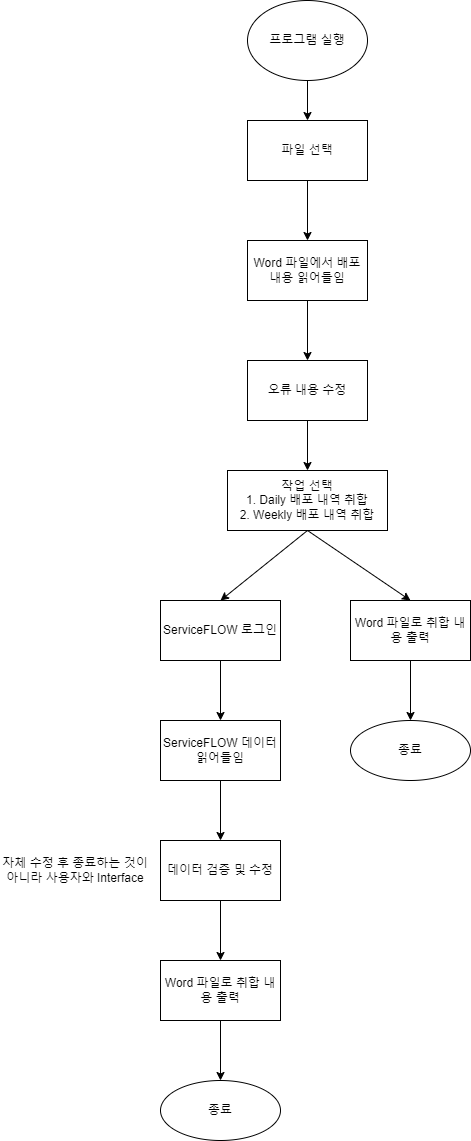
Above: resources/user_flow.png in yoon-chaejin/release-plan-doc-bot (draw.io), before the change. Source tidied: cells renumbered, new cells last; positions are measured from the earlier drawing's top-left corner, leaving out a move shared by most shapes. Its diagram source:
```xml
<mxGraphModel>
  <root>
    <mxCell id="0" />
    <mxCell id="1" parent="0" />
    <mxCell id="2" value="프로그램 실행" style="ellipse;whiteSpace=wrap;html=1;" parent="1" vertex="1">
      <mxGeometry x="247" width="120" height="80" as="geometry" />
    </mxCell>
    <mxCell id="3" value="작업 선택&lt;br&gt;1.&amp;nbsp;Daily 배포 내역 취합&lt;br&gt;2. Weekly 배포 내역 취합" style="rounded=0;whiteSpace=wrap;html=1;" parent="1" vertex="1">
      <mxGeometry x="227" y="470" width="160" height="60" as="geometry" />
    </mxCell>
    <mxCell id="4" style="endArrow=classic;html=1;rounded=0;exitX=0.5;exitY=1;exitDx=0;exitDy=0;entryX=0.5;entryY=0;entryDx=0;entryDy=0;" parent="1" edge="1" source="2" target="7">
      <mxGeometry relative="1" as="geometry" />
    </mxCell>
    <mxCell id="5" style="endArrow=classic;html=1;rounded=0;exitX=0.5;exitY=1;exitDx=0;exitDy=0;entryX=0.5;entryY=0;entryDx=0;entryDy=0;" parent="1" edge="1" source="3" target="11">
      <mxGeometry relative="1" as="geometry" />
    </mxCell>
    <mxCell id="6" style="endArrow=classic;html=1;rounded=0;exitX=0.5;exitY=1;exitDx=0;exitDy=0;entryX=0.5;entryY=0;entryDx=0;entryDy=0;" parent="1" edge="1" source="3" target="9">
      <mxGeometry relative="1" as="geometry" />
    </mxCell>
    <mxCell id="7" value="파일 선택" style="rounded=0;whiteSpace=wrap;html=1;" parent="1" vertex="1">
      <mxGeometry x="247" y="120" width="120" height="60" as="geometry" />
    </mxCell>
    <mxCell id="8" style="edgeStyle=orthogonalEdgeStyle;rounded=0;jettySize=auto;html=1;" parent="1" edge="1" source="9" target="23">
      <mxGeometry relative="1" as="geometry" />
    </mxCell>
    <mxCell id="9" value="Word 파일로 취합 내용 출력" style="rounded=0;whiteSpace=wrap;html=1;" parent="1" vertex="1">
      <mxGeometry x="350" y="600" width="120" height="60" as="geometry" />
    </mxCell>
    <mxCell id="10" value="Word 파일에서 배포 내용 읽어들임" style="rounded=0;whiteSpace=wrap;html=1;" parent="1" vertex="1">
      <mxGeometry x="247" y="240" width="120" height="60" as="geometry" />
    </mxCell>
    <mxCell id="11" value="ServiceFLOW 로그인" style="rounded=0;whiteSpace=wrap;html=1;" parent="1" vertex="1">
      <mxGeometry x="160" y="600" width="120" height="60" as="geometry" />
    </mxCell>
    <mxCell id="12" value="ServiceFLOW 데이터 읽어들임" style="rounded=0;whiteSpace=wrap;html=1;" parent="1" vertex="1">
      <mxGeometry x="160" y="720" width="120" height="60" as="geometry" />
    </mxCell>
    <mxCell id="13" value="데이터 검증 및 수정" style="rounded=0;whiteSpace=wrap;html=1;" parent="1" vertex="1">
      <mxGeometry x="160" y="840" width="120" height="60" as="geometry" />
    </mxCell>
    <mxCell id="14" style="edgeStyle=orthogonalEdgeStyle;rounded=0;jettySize=auto;html=1;" parent="1" edge="1" source="15" target="22">
      <mxGeometry relative="1" as="geometry" />
    </mxCell>
    <mxCell id="15" value="Word 파일로 취합 내용 출력" style="rounded=0;whiteSpace=wrap;html=1;" parent="1" vertex="1">
      <mxGeometry x="160" y="960" width="120" height="60" as="geometry" />
    </mxCell>
    <mxCell id="16" value="자체 수정 후 종료하는 것이 아니라 사용자와 Interface" style="text;html=1;strokeColor=none;fillColor=none;align=center;verticalAlign=middle;whiteSpace=wrap;rounded=0;" parent="1" vertex="1">
      <mxGeometry y="855" width="150" height="30" as="geometry" />
    </mxCell>
    <mxCell id="17" style="endArrow=classic;html=1;rounded=0;entryX=0.5;entryY=0;entryDx=0;entryDy=0;exitX=0.5;exitY=1;exitDx=0;exitDy=0;" parent="1" edge="1" source="7" target="10">
      <mxGeometry relative="1" as="geometry" />
    </mxCell>
    <mxCell id="18" style="endArrow=classic;html=1;rounded=0;entryX=0.5;entryY=0;entryDx=0;entryDy=0;exitX=0.5;exitY=1;exitDx=0;exitDy=0;" parent="1" edge="1" source="10" target="25">
      <mxGeometry relative="1" as="geometry" />
    </mxCell>
    <mxCell id="19" style="endArrow=classic;html=1;rounded=0;exitX=0.5;exitY=1;exitDx=0;exitDy=0;entryX=0.5;entryY=0;entryDx=0;entryDy=0;" parent="1" edge="1" source="11" target="12">
      <mxGeometry relative="1" as="geometry" />
    </mxCell>
    <mxCell id="20" style="endArrow=classic;html=1;rounded=0;exitX=0.5;exitY=1;exitDx=0;exitDy=0;entryX=0.5;entryY=0;entryDx=0;entryDy=0;" parent="1" edge="1" source="12" target="13">
      <mxGeometry relative="1" as="geometry" />
    </mxCell>
    <mxCell id="21" style="endArrow=classic;html=1;rounded=0;entryX=0.5;entryY=0;entryDx=0;entryDy=0;exitX=0.5;exitY=1;exitDx=0;exitDy=0;" parent="1" edge="1" source="13" target="15">
      <mxGeometry relative="1" as="geometry" />
    </mxCell>
    <mxCell id="22" value="종료" style="ellipse;whiteSpace=wrap;html=1;rounded=0;" parent="1" vertex="1">
      <mxGeometry x="160" y="1080" width="120" height="60" as="geometry" />
    </mxCell>
    <mxCell id="23" value="종료" style="ellipse;whiteSpace=wrap;html=1;rounded=0;" parent="1" vertex="1">
      <mxGeometry x="350" y="720" width="120" height="60" as="geometry" />
    </mxCell>
    <mxCell id="24" style="edgeStyle=orthogonalEdgeStyle;rounded=0;jettySize=auto;html=1;entryX=0.5;entryY=0;entryDx=0;entryDy=0;" parent="1" edge="1" source="25" target="3">
      <mxGeometry relative="1" as="geometry" />
    </mxCell>
    <mxCell id="25" value="오류 내용 수정" style="rounded=0;whiteSpace=wrap;html=1;" parent="1" vertex="1">
      <mxGeometry x="247" y="360" width="120" height="60" as="geometry" />
    </mxCell>
  </root>
</mxGraphModel>
```
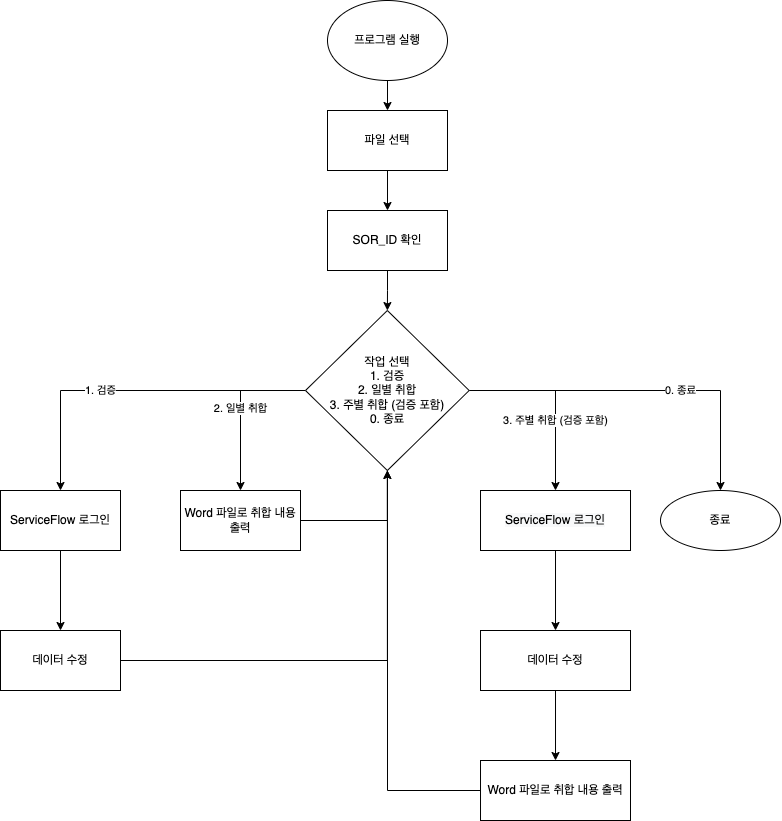
Later version of the same file.

Commit message:
📝 Update User Flow #9

Change to the diagram source:
```diff
@@ -5,74 +5,80 @@
     <mxCell id="2" value="프로그램 실행" style="ellipse;whiteSpace=wrap;html=1;" parent="1" vertex="1">
       <mxGeometry x="247" width="120" height="80" as="geometry" />
     </mxCell>
-    <mxCell id="3" value="작업 선택&lt;br&gt;1.&amp;nbsp;Daily 배포 내역 취합&lt;br&gt;2. Weekly 배포 내역 취합" style="rounded=0;whiteSpace=wrap;html=1;" parent="1" vertex="1">
-      <mxGeometry x="227" y="470" width="160" height="60" as="geometry" />
-    </mxCell>
     <mxCell id="4" style="endArrow=classic;html=1;rounded=0;exitX=0.5;exitY=1;exitDx=0;exitDy=0;entryX=0.5;entryY=0;entryDx=0;entryDy=0;" parent="1" edge="1" source="2" target="7">
       <mxGeometry relative="1" as="geometry" />
     </mxCell>
-    <mxCell id="5" style="endArrow=classic;html=1;rounded=0;exitX=0.5;exitY=1;exitDx=0;exitDy=0;entryX=0.5;entryY=0;entryDx=0;entryDy=0;" parent="1" edge="1" source="3" target="11">
-      <mxGeometry relative="1" as="geometry" />
-    </mxCell>
-    <mxCell id="6" style="endArrow=classic;html=1;rounded=0;exitX=0.5;exitY=1;exitDx=0;exitDy=0;entryX=0.5;entryY=0;entryDx=0;entryDy=0;" parent="1" edge="1" source="3" target="9">
-      <mxGeometry relative="1" as="geometry" />
-    </mxCell>
     <mxCell id="7" value="파일 선택" style="rounded=0;whiteSpace=wrap;html=1;" parent="1" vertex="1">
-      <mxGeometry x="247" y="120" width="120" height="60" as="geometry" />
+      <mxGeometry x="247" y="110" width="120" height="60" as="geometry" />
     </mxCell>
-    <mxCell id="8" style="edgeStyle=orthogonalEdgeStyle;rounded=0;jettySize=auto;html=1;" parent="1" edge="1" source="9" target="23">
-      <mxGeometry relative="1" as="geometry" />
-    </mxCell>
-    <mxCell id="9" value="Word 파일로 취합 내용 출력" style="rounded=0;whiteSpace=wrap;html=1;" parent="1" vertex="1">
-      <mxGeometry x="350" y="600" width="120" height="60" as="geometry" />
-    </mxCell>
-    <mxCell id="10" value="Word 파일에서 배포 내용 읽어들임" style="rounded=0;whiteSpace=wrap;html=1;" parent="1" vertex="1">
-      <mxGeometry x="247" y="240" width="120" height="60" as="geometry" />
-    </mxCell>
-    <mxCell id="11" value="ServiceFLOW 로그인" style="rounded=0;whiteSpace=wrap;html=1;" parent="1" vertex="1">
-      <mxGeometry x="160" y="600" width="120" height="60" as="geometry" />
-    </mxCell>
-    <mxCell id="12" value="ServiceFLOW 데이터 읽어들임" style="rounded=0;whiteSpace=wrap;html=1;" parent="1" vertex="1">
-      <mxGeometry x="160" y="720" width="120" height="60" as="geometry" />
-    </mxCell>
-    <mxCell id="13" value="데이터 검증 및 수정" style="rounded=0;whiteSpace=wrap;html=1;" parent="1" vertex="1">
-      <mxGeometry x="160" y="840" width="120" height="60" as="geometry" />
-    </mxCell>
-    <mxCell id="14" style="edgeStyle=orthogonalEdgeStyle;rounded=0;jettySize=auto;html=1;" parent="1" edge="1" source="15" target="22">
-      <mxGeometry relative="1" as="geometry" />
+    <mxCell id="14" style="edgeStyle=orthogonalEdgeStyle;rounded=0;jettySize=auto;html=1;" parent="1" edge="1" source="15">
+      <mxGeometry relative="1" as="geometry">
+        <mxPoint x="307" y="450" as="targetPoint" />
+      </mxGeometry>
     </mxCell>
     <mxCell id="15" value="Word 파일로 취합 내용 출력" style="rounded=0;whiteSpace=wrap;html=1;" parent="1" vertex="1">
-      <mxGeometry x="160" y="960" width="120" height="60" as="geometry" />
+      <mxGeometry x="400" y="760" width="150" height="60" as="geometry" />
     </mxCell>
-    <mxCell id="16" value="자체 수정 후 종료하는 것이 아니라 사용자와 Interface" style="text;html=1;strokeColor=none;fillColor=none;align=center;verticalAlign=middle;whiteSpace=wrap;rounded=0;" parent="1" vertex="1">
-      <mxGeometry y="855" width="150" height="30" as="geometry" />
-    </mxCell>
-    <mxCell id="17" style="endArrow=classic;html=1;rounded=0;entryX=0.5;entryY=0;entryDx=0;entryDy=0;exitX=0.5;exitY=1;exitDx=0;exitDy=0;" parent="1" edge="1" source="7" target="10">
+    <mxCell id="17" style="endArrow=classic;html=1;rounded=0;exitX=0.5;exitY=1;exitDx=0;exitDy=0;" parent="1" edge="1" source="7" target="25">
       <mxGeometry relative="1" as="geometry" />
     </mxCell>
-    <mxCell id="18" style="endArrow=classic;html=1;rounded=0;entryX=0.5;entryY=0;entryDx=0;entryDy=0;exitX=0.5;exitY=1;exitDx=0;exitDy=0;" parent="1" edge="1" source="10" target="25">
-      <mxGeometry relative="1" as="geometry" />
-    </mxCell>
-    <mxCell id="19" style="endArrow=classic;html=1;rounded=0;exitX=0.5;exitY=1;exitDx=0;exitDy=0;entryX=0.5;entryY=0;entryDx=0;entryDy=0;" parent="1" edge="1" source="11" target="12">
-      <mxGeometry relative="1" as="geometry" />
-    </mxCell>
-    <mxCell id="20" style="endArrow=classic;html=1;rounded=0;exitX=0.5;exitY=1;exitDx=0;exitDy=0;entryX=0.5;entryY=0;entryDx=0;entryDy=0;" parent="1" edge="1" source="12" target="13">
-      <mxGeometry relative="1" as="geometry" />
-    </mxCell>
-    <mxCell id="21" style="endArrow=classic;html=1;rounded=0;entryX=0.5;entryY=0;entryDx=0;entryDy=0;exitX=0.5;exitY=1;exitDx=0;exitDy=0;" parent="1" edge="1" source="13" target="15">
-      <mxGeometry relative="1" as="geometry" />
-    </mxCell>
-    <mxCell id="22" value="종료" style="ellipse;whiteSpace=wrap;html=1;rounded=0;" parent="1" vertex="1">
-      <mxGeometry x="160" y="1080" width="120" height="60" as="geometry" />
-    </mxCell>
-    <mxCell id="23" value="종료" style="ellipse;whiteSpace=wrap;html=1;rounded=0;" parent="1" vertex="1">
-      <mxGeometry x="350" y="720" width="120" height="60" as="geometry" />
-    </mxCell>
-    <mxCell id="24" style="edgeStyle=orthogonalEdgeStyle;rounded=0;jettySize=auto;html=1;entryX=0.5;entryY=0;entryDx=0;entryDy=0;" parent="1" edge="1" source="25" target="3">
+    <mxCell id="24" style="edgeStyle=orthogonalEdgeStyle;rounded=0;jettySize=auto;html=1;" parent="1" edge="1" source="25" target="30">
       <mxGeometry relative="1" as="geometry" />
     </mxCell>
-    <mxCell id="25" value="오류 내용 수정" style="rounded=0;whiteSpace=wrap;html=1;" parent="1" vertex="1">
-      <mxGeometry x="247" y="360" width="120" height="60" as="geometry" />
+    <mxCell id="25" value="SOR_ID 확인" style="rounded=0;whiteSpace=wrap;html=1;" parent="1" vertex="1">
+      <mxGeometry x="247" y="210" width="120" height="60" as="geometry" />
     </mxCell>
+    <mxCell id="26" value="1. 검증" style="edgeStyle=orthogonalEdgeStyle;rounded=0;jettySize=auto;html=1;entryX=0.5;entryY=0;entryDx=0;entryDy=0;" parent="1" edge="1" source="30" target="32">
+      <mxGeometry x="0.19" relative="1" as="geometry" />
+    </mxCell>
+    <mxCell id="27" value="3. 주별 취합 (검증 포함)" style="edgeStyle=orthogonalEdgeStyle;rounded=0;jettySize=auto;html=1;" parent="1" edge="1" source="30" target="34">
+      <mxGeometry x="0.25" relative="1" as="geometry">
+        <Array as="points">
+          <mxPoint x="475" y="390" />
+        </Array>
+      </mxGeometry>
+    </mxCell>
+    <mxCell id="28" value="2. 일별 취합" style="edgeStyle=orthogonalEdgeStyle;rounded=0;jettySize=auto;html=1;" parent="1" edge="1" source="30" target="9">
+      <mxGeometry relative="1" as="geometry" />
+    </mxCell>
+    <mxCell id="29" value="0. 종료" style="edgeStyle=orthogonalEdgeStyle;rounded=0;jettySize=auto;html=1;" parent="1" edge="1" source="30" target="36">
+      <mxGeometry x="0.2" relative="1" as="geometry" />
+    </mxCell>
+    <mxCell id="30" value="작업 선택&lt;br&gt;1. 검증&lt;br&gt;2. 일별 취합&lt;br&gt;3. 주별 취합 (검증 포함)&lt;br&gt;0. 종료" style="rhombus;whiteSpace=wrap;html=1;" parent="1" vertex="1">
+      <mxGeometry x="225" y="310" width="163.7" height="160" as="geometry" />
+    </mxCell>
+    <mxCell id="31" style="edgeStyle=orthogonalEdgeStyle;rounded=0;jettySize=auto;html=1;" parent="1" edge="1" source="32" target="38">
+      <mxGeometry relative="1" as="geometry" />
+    </mxCell>
+    <mxCell id="32" value="ServiceFlow 로그인" style="whiteSpace=wrap;html=1;" parent="1" vertex="1">
+      <mxGeometry x="-80" y="490" width="120" height="60" as="geometry" />
+    </mxCell>
+    <mxCell id="33" style="edgeStyle=orthogonalEdgeStyle;rounded=0;jettySize=auto;html=1;" parent="1" edge="1" source="34" target="40">
+      <mxGeometry relative="1" as="geometry" />
+    </mxCell>
+    <mxCell id="34" value="&lt;meta charset=&quot;utf-8&quot;&gt;&lt;span style=&quot;color: rgb(0, 0, 0); font-family: Helvetica; font-size: 12px; font-style: normal; font-variant-ligatures: normal; font-variant-caps: normal; font-weight: 400; letter-spacing: normal; orphans: 2; text-align: center; text-indent: 0px; text-transform: none; widows: 2; word-spacing: 0px; -webkit-text-stroke-width: 0px; background-color: rgb(248, 249, 250); text-decoration-thickness: initial; text-decoration-style: initial; text-decoration-color: initial; float: none; display: inline !important;&quot;&gt;ServiceFlow 로그인&lt;/span&gt;" style="whiteSpace=wrap;html=1;" parent="1" vertex="1">
+      <mxGeometry x="400" y="490" width="150" height="60" as="geometry" />
+    </mxCell>
+    <mxCell id="35" style="edgeStyle=orthogonalEdgeStyle;rounded=0;jettySize=auto;html=1;" parent="1" edge="1" source="9" target="30">
+      <mxGeometry relative="1" as="geometry" />
+    </mxCell>
+    <mxCell id="9" value="Word 파일로 취합 내용 출력" style="whiteSpace=wrap;html=1;" parent="1" vertex="1">
+      <mxGeometry x="100" y="490" width="120" height="60" as="geometry" />
+    </mxCell>
+    <mxCell id="36" value="종료" style="ellipse;whiteSpace=wrap;html=1;" parent="1" vertex="1">
+      <mxGeometry x="580" y="490" width="120" height="60" as="geometry" />
+    </mxCell>
+    <mxCell id="37" style="edgeStyle=orthogonalEdgeStyle;rounded=0;jettySize=auto;html=1;" parent="1" edge="1" source="38" target="30">
+      <mxGeometry relative="1" as="geometry" />
+    </mxCell>
+    <mxCell id="38" value="데이터 수정" style="whiteSpace=wrap;html=1;" parent="1" vertex="1">
+      <mxGeometry x="-80" y="630" width="120" height="60" as="geometry" />
+    </mxCell>
+    <mxCell id="39" style="edgeStyle=orthogonalEdgeStyle;rounded=0;jettySize=auto;html=1;" parent="1" edge="1" source="40" target="15">
+      <mxGeometry relative="1" as="geometry" />
+    </mxCell>
+    <mxCell id="40" value="&lt;span style=&quot;&quot;&gt;데이터 수정&lt;/span&gt;" style="whiteSpace=wrap;html=1;" parent="1" vertex="1">
+      <mxGeometry x="400" y="630" width="150" height="60" as="geometry" />
+    </mxCell>
   </root>
 </mxGraphModel>
```
